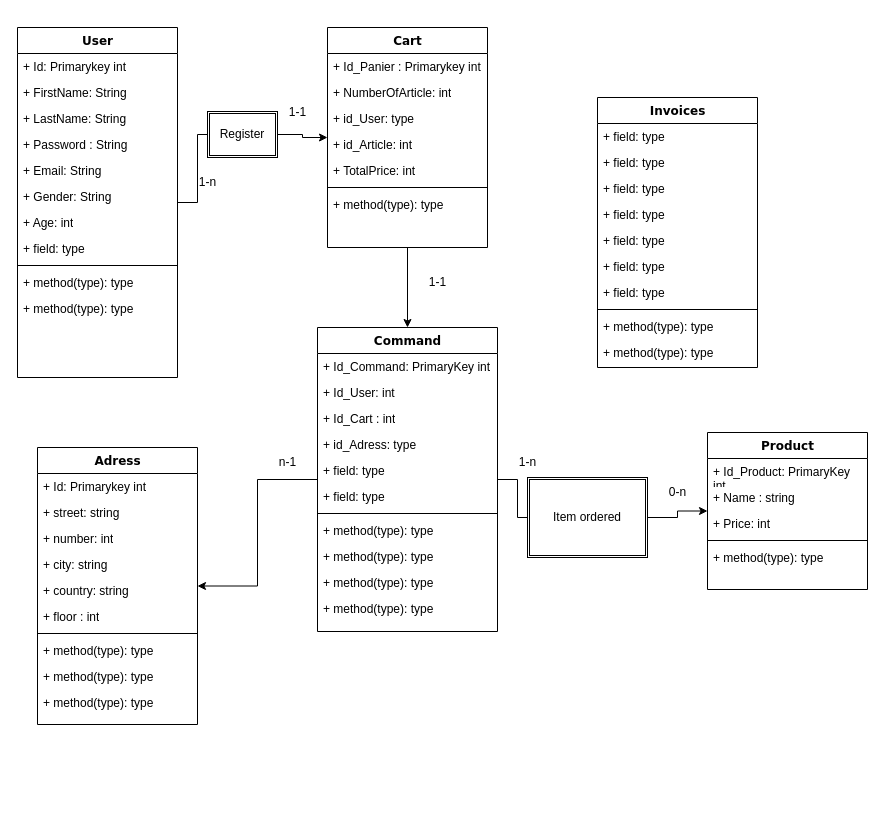
Before: Test2.drawio in aless124/e-commerce-SQL, a draw.io diagram. Source tidied: cells renumbered, new cells numbered last; positions are measured from the earlier drawing's top-left corner, leaving out a move shared by most shapes. Both pictures are drawn from the tidied source at 100%, with x=0, y=0 at pixel (17, 27).
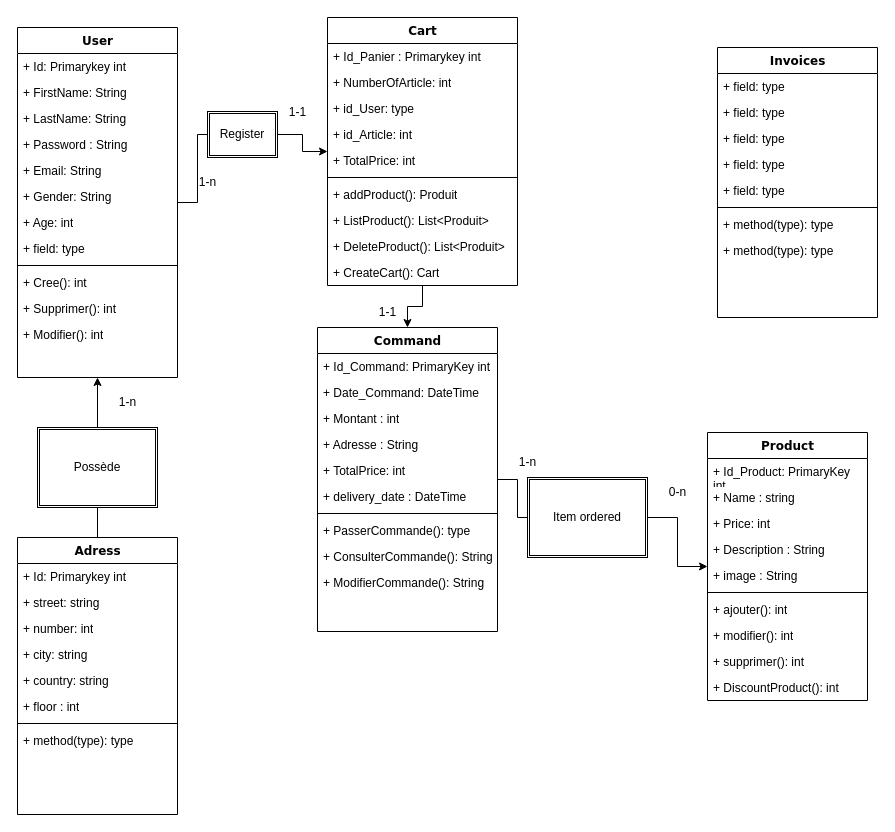
Above is the later version.

Commit message:
Mettre à jour Test2.drawio

Unchanged cells that the change refers to:
```xml
<mxCell id="3" value="User" style="swimlane;html=1;fontStyle=1;align=center;verticalAlign=top;horizontal=1;startSize=26;swimlaneFillColor=#ffffff;rounded=0;shadow=0;comic=0;labelBackgroundColor=none;strokeWidth=1;fillColor=none;fontFamily=Verdana;fontSize=12;" parent="1" vertex="1">
  <mxGeometry width="160" height="350" as="geometry" />
</mxCell>
<mxCell id="43" value="Command" style="swimlane;html=1;fontStyle=1;align=center;verticalAlign=top;horizontal=1;startSize=26;swimlaneFillColor=#ffffff;rounded=0;shadow=0;comic=0;labelBackgroundColor=none;strokeWidth=1;fillColor=none;fontFamily=Verdana;fontSize=12;" parent="1" vertex="1">
  <mxGeometry x="300" y="300" width="180" height="304" as="geometry" />
</mxCell>
```

What changed in the source:
```diff
@@
-    <mxCell id="13" value="+ method(type): type" style="text;html=1;strokeColor=none;fillColor=none;align=left;verticalAlign=top;spacingLeft=4;spacingRight=4;whiteSpace=wrap;overflow=hidden;" parent="3" vertex="1">
+    <mxCell id="13" value="+ Cree(): int" style="text;html=1;strokeColor=none;fillColor=none;align=left;verticalAlign=top;spacingLeft=4;spacingRight=4;whiteSpace=wrap;overflow=hidden;" parent="3" vertex="1">
       <mxGeometry y="242" width="160" height="26" as="geometry" />
     </mxCell>
-    <mxCell id="14" value="+ method(type): type" style="text;html=1;strokeColor=none;fillColor=none;align=left;verticalAlign=top;spacingLeft=4;spacingRight=4;whiteSpace=wrap;overflow=hidden;" parent="3" vertex="1">
+    <mxCell id="14" value="+ Supprimer(): int" style="text;html=1;strokeColor=none;fillColor=none;align=left;verticalAlign=top;spacingLeft=4;spacingRight=4;whiteSpace=wrap;overflow=hidden;" parent="3" vertex="1">
       <mxGeometry y="268" width="160" height="26" as="geometry" />
     </mxCell>
+    <mxCell id="76" value="+ Modifier(): int" style="text;html=1;strokeColor=none;fillColor=none;align=left;verticalAlign=top;spacingLeft=4;spacingRight=4;whiteSpace=wrap;overflow=hidden;" parent="3" vertex="1">
+      <mxGeometry y="294" width="160" height="26" as="geometry" />
+    </mxCell>
     <mxCell id="15" value="Adress" style="swimlane;html=1;fontStyle=1;align=center;verticalAlign=top;horizontal=1;startSize=26;swimlaneFillColor=#ffffff;rounded=0;shadow=0;comic=0;labelBackgroundColor=none;strokeWidth=1;fillColor=none;fontFamily=Verdana;fontSize=12;" parent="1" vertex="1">
-      <mxGeometry x="20" y="420" width="160" height="277" as="geometry" />
+      <mxGeometry y="510" width="160" height="277" as="geometry" />
     </mxCell>
@@
-    <mxCell id="23" value="+ method(type): type" style="text;html=1;strokeColor=none;fillColor=none;align=left;verticalAlign=top;spacingLeft=4;spacingRight=4;whiteSpace=wrap;overflow=hidden;" parent="15" vertex="1">
-      <mxGeometry y="190" width="160" height="26" as="geometry" />
-    </mxCell>
-    <mxCell id="24" value="+ method(type): type" style="text;html=1;strokeColor=none;fillColor=none;align=left;verticalAlign=top;spacingLeft=4;spacingRight=4;whiteSpace=wrap;overflow=hidden;" parent="15" vertex="1">
-      <mxGeometry y="216" width="160" height="26" as="geometry" />
-    </mxCell>
     <mxCell id="25" value="+ method(type): type" style="text;html=1;strokeColor=none;fillColor=none;align=left;verticalAlign=top;spacingLeft=4;spacingRight=4;whiteSpace=wrap;overflow=hidden;" parent="15" vertex="1">
-      <mxGeometry y="242" width="160" height="26" as="geometry" />
+      <mxGeometry y="190" width="160" height="26" as="geometry" />
     </mxCell>
     <mxCell id="26" value="Product" style="swimlane;html=1;fontStyle=1;align=center;verticalAlign=top;horizontal=1;startSize=26;swimlaneFillColor=#ffffff;rounded=0;shadow=0;comic=0;labelBackgroundColor=none;strokeWidth=1;fillColor=none;fontFamily=Verdana;fontSize=12;" parent="1" vertex="1">
-      <mxGeometry x="690" y="405" width="160" height="157" as="geometry" />
+      <mxGeometry x="690" y="405" width="160" height="268" as="geometry" />
     </mxCell>
@@
+    <mxCell id="77" value="+ Description : String" style="text;html=1;strokeColor=none;fillColor=none;align=left;verticalAlign=top;spacingLeft=4;spacingRight=4;whiteSpace=wrap;overflow=hidden;" parent="26" vertex="1">
+      <mxGeometry y="104" width="160" height="26" as="geometry" />
+    </mxCell>
+    <mxCell id="78" value="+ image : String" style="text;html=1;strokeColor=none;fillColor=none;align=left;verticalAlign=top;spacingLeft=4;spacingRight=4;whiteSpace=wrap;overflow=hidden;" parent="26" vertex="1">
+      <mxGeometry y="130" width="160" height="26" as="geometry" />
+    </mxCell>
     <mxCell id="30" style="line;html=1;strokeWidth=1;fillColor=none;align=left;verticalAlign=middle;spacingTop=-1;spacingLeft=3;spacingRight=3;labelPosition=right;" parent="26" vertex="1">
-      <mxGeometry y="104" width="160" height="8" as="geometry" />
+      <mxGeometry y="156" width="160" height="8" as="geometry" />
     </mxCell>
-    <mxCell id="31" value="+ method(type): type" style="text;html=1;strokeColor=none;fillColor=none;align=left;verticalAlign=top;spacingLeft=4;spacingRight=4;whiteSpace=wrap;overflow=hidden;" parent="26" vertex="1">
-      <mxGeometry y="112" width="160" height="26" as="geometry" />
+    <mxCell id="31" value="+ ajouter(): int" style="text;html=1;strokeColor=none;fillColor=none;align=left;verticalAlign=top;spacingLeft=4;spacingRight=4;whiteSpace=wrap;overflow=hidden;" parent="26" vertex="1">
+      <mxGeometry y="164" width="160" height="26" as="geometry" />
     </mxCell>
+    <mxCell id="79" value="+ modifier(): int" style="text;html=1;strokeColor=none;fillColor=none;align=left;verticalAlign=top;spacingLeft=4;spacingRight=4;whiteSpace=wrap;overflow=hidden;" parent="26" vertex="1">
+      <mxGeometry y="190" width="160" height="26" as="geometry" />
+    </mxCell>
+    <mxCell id="80" value="+ supprimer(): int" style="text;html=1;strokeColor=none;fillColor=none;align=left;verticalAlign=top;spacingLeft=4;spacingRight=4;whiteSpace=wrap;overflow=hidden;" parent="26" vertex="1">
+      <mxGeometry y="216" width="160" height="26" as="geometry" />
+    </mxCell>
+    <mxCell id="81" value="+ DiscountProduct(): int" style="text;html=1;strokeColor=none;fillColor=none;align=left;verticalAlign=top;spacingLeft=4;spacingRight=4;whiteSpace=wrap;overflow=hidden;" parent="26" vertex="1">
+      <mxGeometry y="242" width="160" height="26" as="geometry" />
+    </mxCell>
@@
     <mxCell id="33" value="Cart" style="swimlane;html=1;fontStyle=1;align=center;verticalAlign=top;horizontal=1;startSize=26;swimlaneFillColor=#ffffff;rounded=0;shadow=0;comic=0;labelBackgroundColor=none;strokeWidth=1;fillColor=none;fontFamily=Verdana;fontSize=12;" parent="1" vertex="1">
-      <mxGeometry x="310" width="160" height="220" as="geometry" />
+      <mxGeometry x="310" y="-10" width="190" height="268" as="geometry" />
     </mxCell>
     <mxCell id="34" value="+ Id_Panier : Primarykey int" style="text;html=1;strokeColor=none;fillColor=none;align=left;verticalAlign=top;spacingLeft=4;spacingRight=4;whiteSpace=wrap;overflow=hidden;" parent="33" vertex="1">
-      <mxGeometry y="26" width="160" height="26" as="geometry" />
+      <mxGeometry y="26" width="190" height="26" as="geometry" />
     </mxCell>
     <mxCell id="35" value="+ NumberOfArticle: int" style="text;html=1;strokeColor=none;fillColor=none;align=left;verticalAlign=top;spacingLeft=4;spacingRight=4;whiteSpace=wrap;overflow=hidden;" parent="33" vertex="1">
-      <mxGeometry y="52" width="160" height="26" as="geometry" />
+      <mxGeometry y="52" width="190" height="26" as="geometry" />
     </mxCell>
     <mxCell id="36" value="+ id_User: type" style="text;html=1;strokeColor=none;fillColor=none;align=left;verticalAlign=top;spacingLeft=4;spacingRight=4;whiteSpace=wrap;overflow=hidden;" parent="33" vertex="1">
-      <mxGeometry y="78" width="160" height="26" as="geometry" />
+      <mxGeometry y="78" width="190" height="26" as="geometry" />
     </mxCell>
     <mxCell id="37" value="+ id_Article: int" style="text;html=1;strokeColor=none;fillColor=none;align=left;verticalAlign=top;spacingLeft=4;spacingRight=4;whiteSpace=wrap;overflow=hidden;" parent="33" vertex="1">
-      <mxGeometry y="104" width="160" height="26" as="geometry" />
+      <mxGeometry y="104" width="190" height="26" as="geometry" />
     </mxCell>
     <mxCell id="38" value="+ TotalPrice: int" style="text;html=1;strokeColor=none;fillColor=none;align=left;verticalAlign=top;spacingLeft=4;spacingRight=4;whiteSpace=wrap;overflow=hidden;" parent="33" vertex="1">
-      <mxGeometry y="130" width="160" height="26" as="geometry" />
+      <mxGeometry y="130" width="190" height="26" as="geometry" />
     </mxCell>
     <mxCell id="39" style="line;html=1;strokeWidth=1;fillColor=none;align=left;verticalAlign=middle;spacingTop=-1;spacingLeft=3;spacingRight=3;labelPosition=right;" parent="33" vertex="1">
-      <mxGeometry y="156" width="160" height="8" as="geometry" />
+      <mxGeometry y="156" width="190" height="8" as="geometry" />
     </mxCell>
-    <mxCell id="40" value="+ method(type): type" style="text;html=1;strokeColor=none;fillColor=none;align=left;verticalAlign=top;spacingLeft=4;spacingRight=4;whiteSpace=wrap;overflow=hidden;" parent="33" vertex="1">
-      <mxGeometry y="164" width="160" height="26" as="geometry" />
+    <mxCell id="40" value="+ addProduct(): Produit" style="text;html=1;strokeColor=none;fillColor=none;align=left;verticalAlign=top;spacingLeft=4;spacingRight=4;whiteSpace=wrap;overflow=hidden;" parent="33" vertex="1">
+      <mxGeometry y="164" width="190" height="26" as="geometry" />
     </mxCell>
+    <mxCell id="82" value="+ ListProduct(): List&amp;lt;Produit&amp;gt;" style="text;html=1;strokeColor=none;fillColor=none;align=left;verticalAlign=top;spacingLeft=4;spacingRight=4;whiteSpace=wrap;overflow=hidden;" parent="33" vertex="1">
+      <mxGeometry y="190" width="190" height="26" as="geometry" />
+    </mxCell>
+    <mxCell id="83" value="+ DeleteProduct(): List&amp;lt;Produit&amp;gt;" style="text;html=1;strokeColor=none;fillColor=none;align=left;verticalAlign=top;spacingLeft=4;spacingRight=4;whiteSpace=wrap;overflow=hidden;" parent="33" vertex="1">
+      <mxGeometry y="216" width="190" height="26" as="geometry" />
+    </mxCell>
+    <mxCell id="84" value="+ CreateCart(): Cart" style="text;html=1;strokeColor=none;fillColor=none;align=left;verticalAlign=top;spacingLeft=4;spacingRight=4;whiteSpace=wrap;overflow=hidden;" parent="33" vertex="1">
+      <mxGeometry y="242" width="190" height="26" as="geometry" />
+    </mxCell>
@@
-    <mxCell id="42" style="edgeStyle=orthogonalEdgeStyle;rounded=0;jettySize=auto;html=1;" parent="1" edge="1" source="43" target="15">
+    <mxCell id="42" style="edgeStyle=orthogonalEdgeStyle;rounded=0;jettySize=auto;html=1;entryX=0.5;entryY=1;entryDx=0;entryDy=0;" parent="1" edge="1" source="15" target="3">
       <mxGeometry relative="1" as="geometry" />
     </mxCell>
@@
-    <mxCell id="45" value="+ Id_User: int" style="text;html=1;strokeColor=none;fillColor=none;align=left;verticalAlign=top;spacingLeft=4;spacingRight=4;whiteSpace=wrap;overflow=hidden;" parent="43" vertex="1">
+    <mxCell id="45" value="+ Date_Command: DateTime" style="text;html=1;strokeColor=none;fillColor=none;align=left;verticalAlign=top;spacingLeft=4;spacingRight=4;whiteSpace=wrap;overflow=hidden;" parent="43" vertex="1">
       <mxGeometry y="52" width="180" height="26" as="geometry" />
     </mxCell>
-    <mxCell id="46" value="+ Id_Cart : int" style="text;html=1;strokeColor=none;fillColor=none;align=left;verticalAlign=top;spacingLeft=4;spacingRight=4;whiteSpace=wrap;overflow=hidden;" parent="43" vertex="1">
+    <mxCell id="46" value="+ Montant : int" style="text;html=1;strokeColor=none;fillColor=none;align=left;verticalAlign=top;spacingLeft=4;spacingRight=4;whiteSpace=wrap;overflow=hidden;" parent="43" vertex="1">
       <mxGeometry y="78" width="180" height="26" as="geometry" />
     </mxCell>
-    <mxCell id="47" value="+ id_Adress: type" style="text;html=1;strokeColor=none;fillColor=none;align=left;verticalAlign=top;spacingLeft=4;spacingRight=4;whiteSpace=wrap;overflow=hidden;" parent="43" vertex="1">
+    <mxCell id="47" value="+ Adresse : String" style="text;html=1;strokeColor=none;fillColor=none;align=left;verticalAlign=top;spacingLeft=4;spacingRight=4;whiteSpace=wrap;overflow=hidden;" parent="43" vertex="1">
       <mxGeometry y="104" width="180" height="26" as="geometry" />
     </mxCell>
-    <mxCell id="48" value="+ field: type" style="text;html=1;strokeColor=none;fillColor=none;align=left;verticalAlign=top;spacingLeft=4;spacingRight=4;whiteSpace=wrap;overflow=hidden;" parent="43" vertex="1">
+    <mxCell id="48" value="+ TotalPrice: int" style="text;html=1;strokeColor=none;fillColor=none;align=left;verticalAlign=top;spacingLeft=4;spacingRight=4;whiteSpace=wrap;overflow=hidden;" parent="43" vertex="1">
       <mxGeometry y="130" width="180" height="26" as="geometry" />
     </mxCell>
-    <mxCell id="49" value="+ field: type" style="text;html=1;strokeColor=none;fillColor=none;align=left;verticalAlign=top;spacingLeft=4;spacingRight=4;whiteSpace=wrap;overflow=hidden;" parent="43" vertex="1">
+    <mxCell id="49" value="+ delivery_date : DateTime" style="text;html=1;strokeColor=none;fillColor=none;align=left;verticalAlign=top;spacingLeft=4;spacingRight=4;whiteSpace=wrap;overflow=hidden;" parent="43" vertex="1">
       <mxGeometry y="156" width="180" height="26" as="geometry" />
     </mxCell>
@@
-    <mxCell id="51" value="+ method(type): type" style="text;html=1;strokeColor=none;fillColor=none;align=left;verticalAlign=top;spacingLeft=4;spacingRight=4;whiteSpace=wrap;overflow=hidden;" parent="43" vertex="1">
+    <mxCell id="51" value="+ PasserCommande(): type" style="text;html=1;strokeColor=none;fillColor=none;align=left;verticalAlign=top;spacingLeft=4;spacingRight=4;whiteSpace=wrap;overflow=hidden;" parent="43" vertex="1">
       <mxGeometry y="190" width="180" height="26" as="geometry" />
     </mxCell>
-    <mxCell id="52" value="+ method(type): type" style="text;html=1;strokeColor=none;fillColor=none;align=left;verticalAlign=top;spacingLeft=4;spacingRight=4;whiteSpace=wrap;overflow=hidden;" parent="43" vertex="1">
-      <mxGeometry y="216" width="180" height="26" as="geometry" />
-    </mxCell>
-    <mxCell id="53" value="+ method(type): type" style="text;html=1;strokeColor=none;fillColor=none;align=left;verticalAlign=top;spacingLeft=4;spacingRight=4;whiteSpace=wrap;overflow=hidden;" parent="43" vertex="1">
-      <mxGeometry y="242" width="180" height="26" as="geometry" />
-    </mxCell>
-    <mxCell id="54" value="+ method(type): type" style="text;html=1;strokeColor=none;fillColor=none;align=left;verticalAlign=top;spacingLeft=4;spacingRight=4;whiteSpace=wrap;overflow=hidden;" parent="43" vertex="1">
-      <mxGeometry y="268" width="180" height="26" as="geometry" />
+    <mxCell id="54" value="+ ConsulterCommande(): String" style="text;html=1;strokeColor=none;fillColor=none;align=left;verticalAlign=top;spacingLeft=4;spacingRight=4;whiteSpace=wrap;overflow=hidden;" parent="43" vertex="1">
+      <mxGeometry y="216" width="180" height="26" as="geometry" />
     </mxCell>
+    <mxCell id="85" value="+ ModifierCommande(): String" style="text;html=1;strokeColor=none;fillColor=none;align=left;verticalAlign=top;spacingLeft=4;spacingRight=4;whiteSpace=wrap;overflow=hidden;" parent="43" vertex="1">
+      <mxGeometry y="242" width="180" height="26" as="geometry" />
+    </mxCell>
     <mxCell id="55" value="Invoices" style="swimlane;html=1;fontStyle=1;align=center;verticalAlign=top;horizontal=1;startSize=26;swimlaneFillColor=#ffffff;rounded=0;shadow=0;comic=0;labelBackgroundColor=none;strokeWidth=1;fillColor=none;fontFamily=Verdana;fontSize=12;" parent="1" vertex="1">
-      <mxGeometry x="580" y="70" width="160" height="270" as="geometry" />
+      <mxGeometry x="700" y="20" width="160" height="270" as="geometry" />
     </mxCell>
@@
-    <mxCell id="60" value="+ field: type" style="text;html=1;strokeColor=none;fillColor=none;align=left;verticalAlign=top;spacingLeft=4;spacingRight=4;whiteSpace=wrap;overflow=hidden;" parent="55" vertex="1">
-      <mxGeometry y="130" width="160" height="26" as="geometry" />
-    </mxCell>
-    <mxCell id="61" value="+ field: type" style="text;html=1;strokeColor=none;fillColor=none;align=left;verticalAlign=top;spacingLeft=4;spacingRight=4;whiteSpace=wrap;overflow=hidden;" parent="55" vertex="1">
-      <mxGeometry y="156" width="160" height="26" as="geometry" />
-    </mxCell>
     <mxCell id="62" value="+ field: type" style="text;html=1;strokeColor=none;fillColor=none;align=left;verticalAlign=top;spacingLeft=4;spacingRight=4;whiteSpace=wrap;overflow=hidden;" parent="55" vertex="1">
-      <mxGeometry y="182" width="160" height="26" as="geometry" />
+      <mxGeometry y="130" width="160" height="26" as="geometry" />
     </mxCell>
     <mxCell id="63" style="line;html=1;strokeWidth=1;fillColor=none;align=left;verticalAlign=middle;spacingTop=-1;spacingLeft=3;spacingRight=3;labelPosition=right;" parent="55" vertex="1">
-      <mxGeometry y="208" width="160" height="8" as="geometry" />
+      <mxGeometry y="156" width="160" height="8" as="geometry" />
     </mxCell>
     <mxCell id="64" value="+ method(type): type" style="text;html=1;strokeColor=none;fillColor=none;align=left;verticalAlign=top;spacingLeft=4;spacingRight=4;whiteSpace=wrap;overflow=hidden;" parent="55" vertex="1">
-      <mxGeometry y="216" width="160" height="26" as="geometry" />
+      <mxGeometry y="164" width="160" height="26" as="geometry" />
     </mxCell>
     <mxCell id="65" value="+ method(type): type" style="text;html=1;strokeColor=none;fillColor=none;align=left;verticalAlign=top;spacingLeft=4;spacingRight=4;whiteSpace=wrap;overflow=hidden;" parent="55" vertex="1">
-      <mxGeometry y="242" width="160" height="26" as="geometry" />
+      <mxGeometry y="190" width="160" height="26" as="geometry" />
     </mxCell>
@@
     <mxCell id="70" value="1-1" style="text;html=1;align=center;verticalAlign=middle;fillColor=none;strokeColor=none;rounded=0;" parent="1" vertex="1">
-      <mxGeometry x="400" y="240" width="40" height="30" as="geometry" />
+      <mxGeometry x="350" y="270" width="40" height="30" as="geometry" />
     </mxCell>
-    <mxCell id="71" value="n-1" style="text;html=1;align=center;verticalAlign=middle;fillColor=none;strokeColor=none;rounded=0;" parent="1" vertex="1">
-      <mxGeometry x="250" y="420" width="40" height="30" as="geometry" />
+    <mxCell id="71" value="1-n" style="text;html=1;align=center;verticalAlign=middle;fillColor=none;strokeColor=none;rounded=0;" parent="1" vertex="1">
+      <mxGeometry x="90" y="360" width="40" height="30" as="geometry" />
     </mxCell>
@@
+    <mxCell id="86" value="Possède" style="shape=ext;double=1;rounded=0;whiteSpace=wrap;html=1;" parent="1" vertex="1">
+      <mxGeometry x="20" y="400" width="120" height="80" as="geometry" />
+    </mxCell>
```
